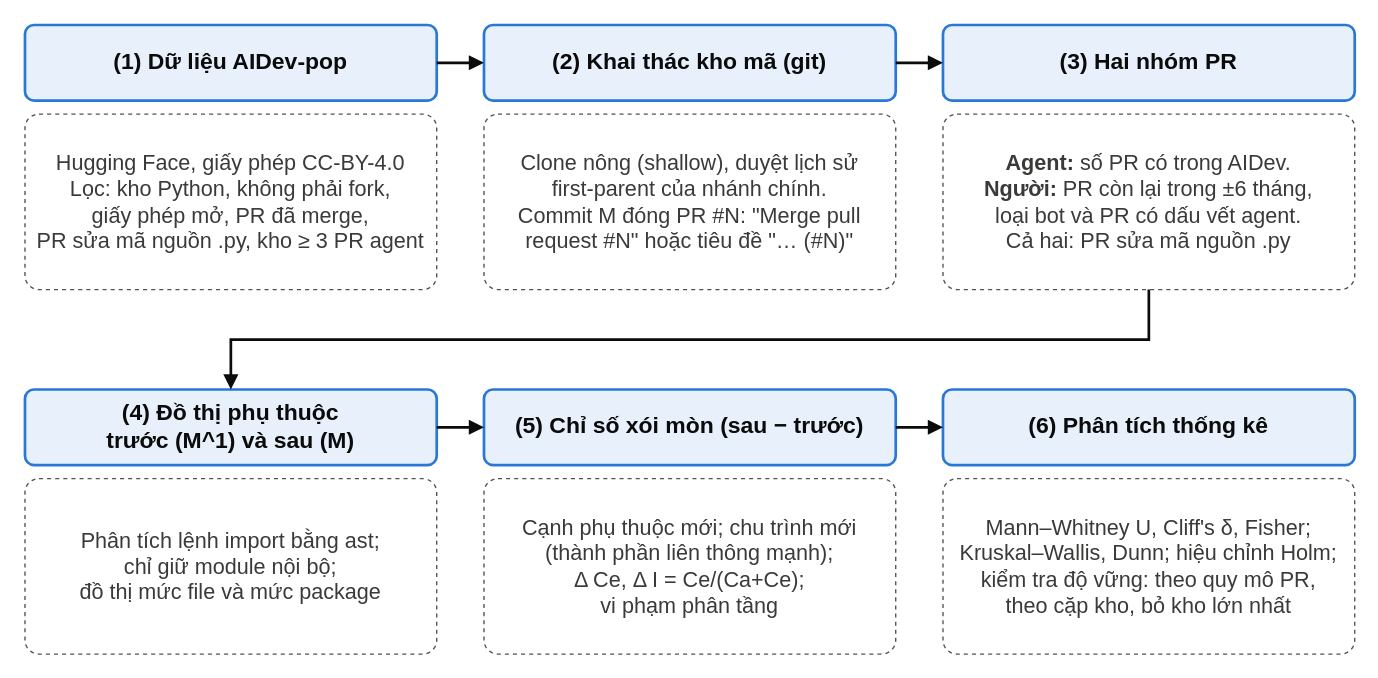
Above: results/figures/src/fig1_pipeline.drawio in Russell1817/XOI-MON-KIEN-TRUC-DO-AI-AGENT (draw.io), before the change. Source tidied: cells renumbered, new cells numbered last; positions are measured from the earlier drawing's top-left corner, leaving out a move shared by most shapes. Both pictures are drawn from the tidied source at 135%, with x=0, y=0 at pixel (24, 24).
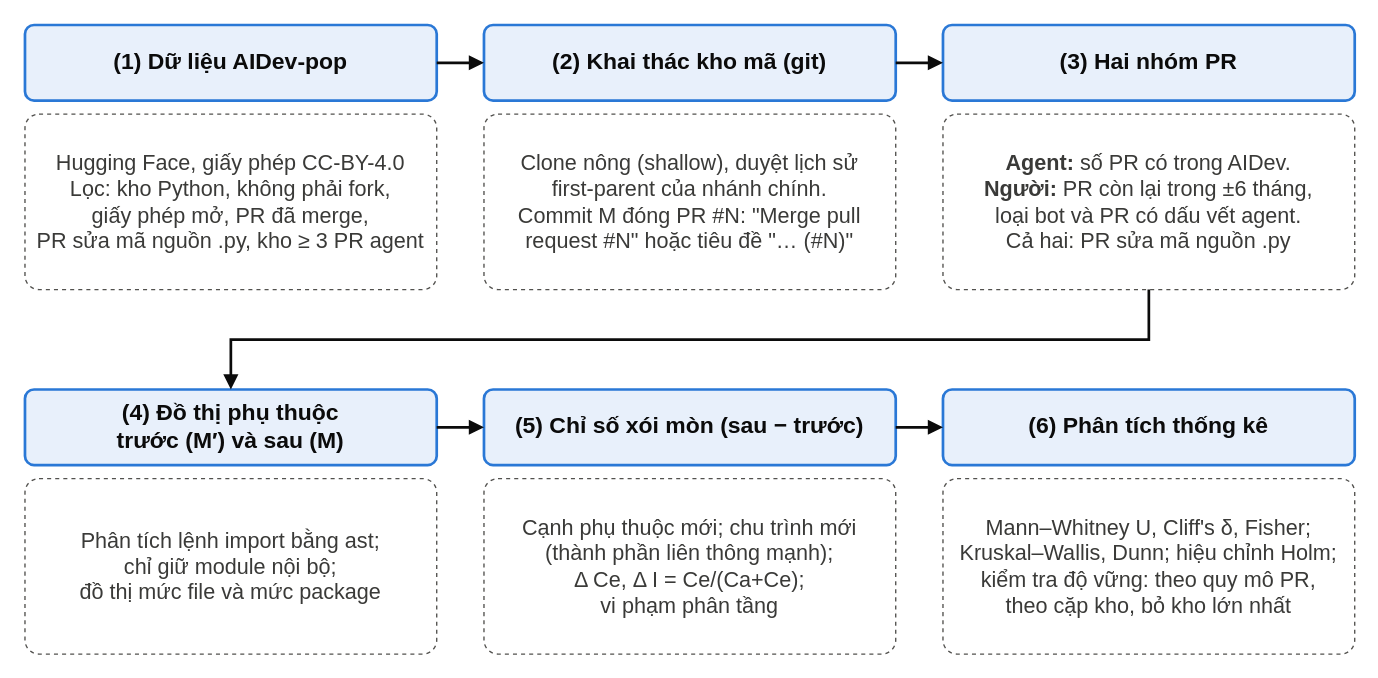
The same diagram, later.

Diff of the diagram source:
```diff
@@
-    <mxCell id="8" value="&lt;b&gt;(4) Đồ thị phụ thuộc&lt;br&gt;trước (M^1) và sau (M)&lt;/b&gt;" style="rounded=1;whiteSpace=wrap;html=1;arcSize=12;fillColor=#E8F0FB;strokeColor=#2A78D6;strokeWidth=2;fontFamily=Arial;fontSize=17;fontColor=#0B0B0B;" parent="1" vertex="1">
+    <mxCell id="8" value="&lt;b&gt;(4) Đồ thị phụ thuộc&lt;br&gt;trước (M′) và sau (M)&lt;/b&gt;" style="rounded=1;whiteSpace=wrap;html=1;arcSize=12;fillColor=#E8F0FB;strokeColor=#2A78D6;strokeWidth=2;fontFamily=Arial;fontSize=17;fontColor=#0B0B0B;" parent="1" vertex="1">
       <mxGeometry y="270" width="305" height="56" as="geometry" />
     </mxCell>
```
